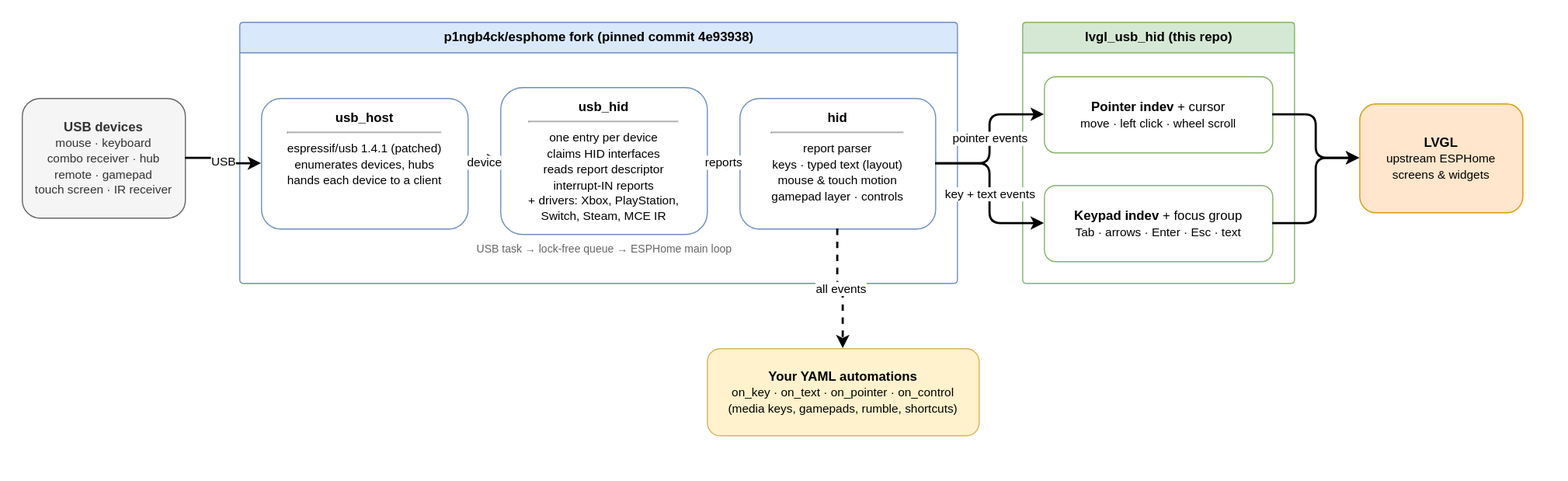
The draw.io diagram docs/architecture.drawio.svg in martijnbuts/usb, before a commit. Source tidied: cells renumbered, new cells last; positions are measured from the earlier drawing's top-left corner, leaving out a move shared by most shapes.
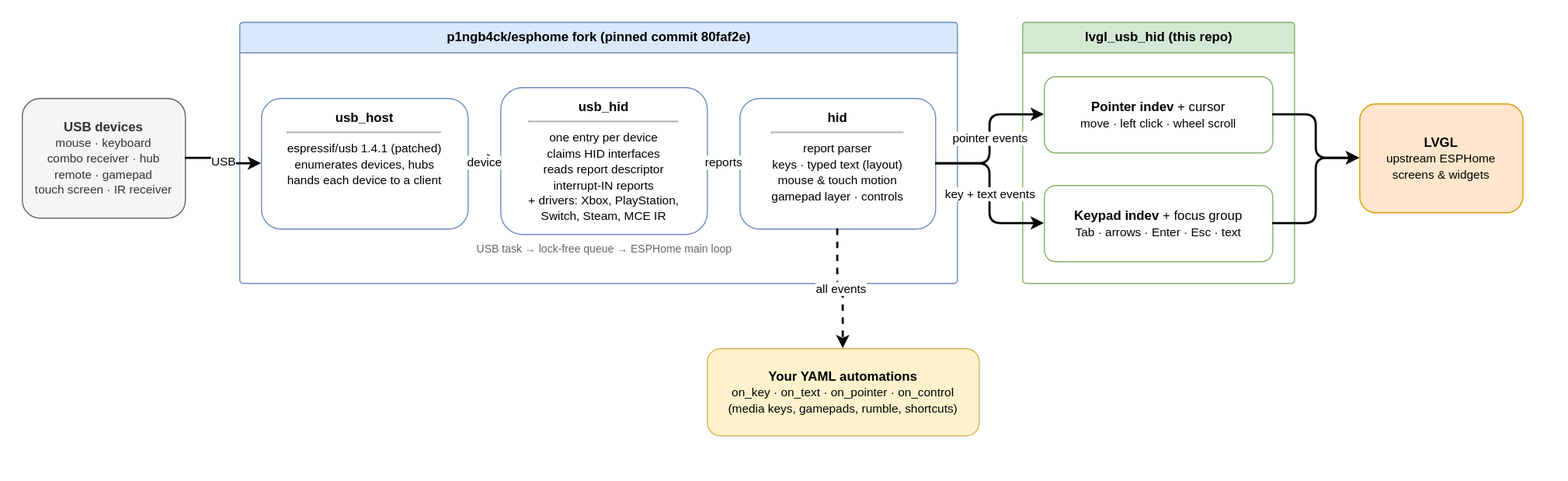
Later version of the same file.

Commit message:
README: USB controllers, speeds and hubs checked against the fork; pin 80faf2e

Diff of the diagram source:
```diff
@@ -5,7 +5,7 @@
     <mxCell id="2" value="&lt;b&gt;USB devices&lt;/b&gt;&lt;br&gt;&lt;font style=&quot;font-size:11px&quot;&gt;mouse · keyboard&lt;br&gt;combo receiver · hub&lt;br&gt;remote · gamepad&lt;br&gt;touch screen · IR receiver&lt;/font&gt;" style="rounded=1;whiteSpace=wrap;html=1;fillColor=#f5f5f5;strokeColor=#666666;fontColor=#333333;" parent="1" vertex="1">
       <mxGeometry y="70" width="150" height="110" as="geometry" />
     </mxCell>
-    <mxCell id="3" value="p1ngb4ck/esphome fork  (pinned commit 4e93938)" style="swimlane;startSize=28;fillColor=#dae8fc;strokeColor=#6c8ebf;html=1;fontStyle=1;rounded=1;arcSize=4;" parent="1" vertex="1">
+    <mxCell id="3" value="p1ngb4ck/esphome fork  (pinned commit 80faf2e)" style="swimlane;startSize=28;fillColor=#dae8fc;strokeColor=#6c8ebf;html=1;fontStyle=1;rounded=1;arcSize=4;" parent="1" vertex="1">
       <mxGeometry x="200" width="660" height="240" as="geometry" />
     </mxCell>
     <mxCell id="4" value="&lt;b&gt;usb_host&lt;/b&gt;&lt;hr&gt;&lt;font style=&quot;font-size:11px&quot;&gt;espressif/usb 1.4.1 (patched)&lt;br&gt;enumerates devices, hubs&lt;br&gt;hands each device to a client&lt;/font&gt;" style="rounded=1;whiteSpace=wrap;html=1;fillColor=#ffffff;strokeColor=#6c8ebf;verticalAlign=top;spacingTop=4;" parent="3" vertex="1">
```
